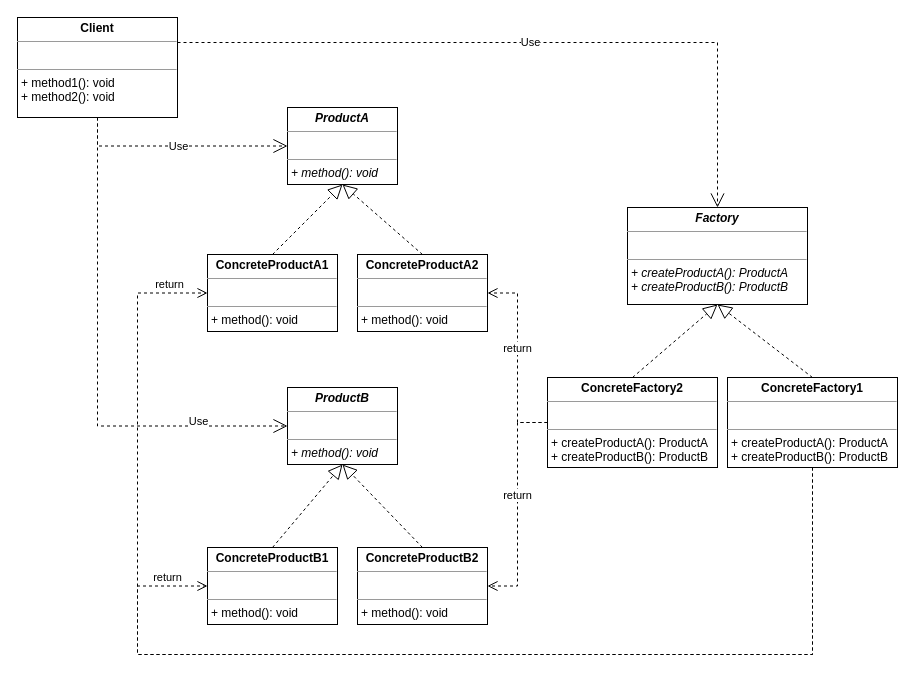
The draw.io diagram src/main/java/GoF/creational/abstractfactory/imgs/AbstractFactory.drawio in NinaWan/DesignPattern, before the edit. Source tidied: cells renumbered, new cells numbered last; positions are measured from the earlier drawing's top-left corner, leaving out a move shared by most shapes. Both pictures are drawn from the tidied source at 100%, with x=0, y=0 at pixel (17, 17).
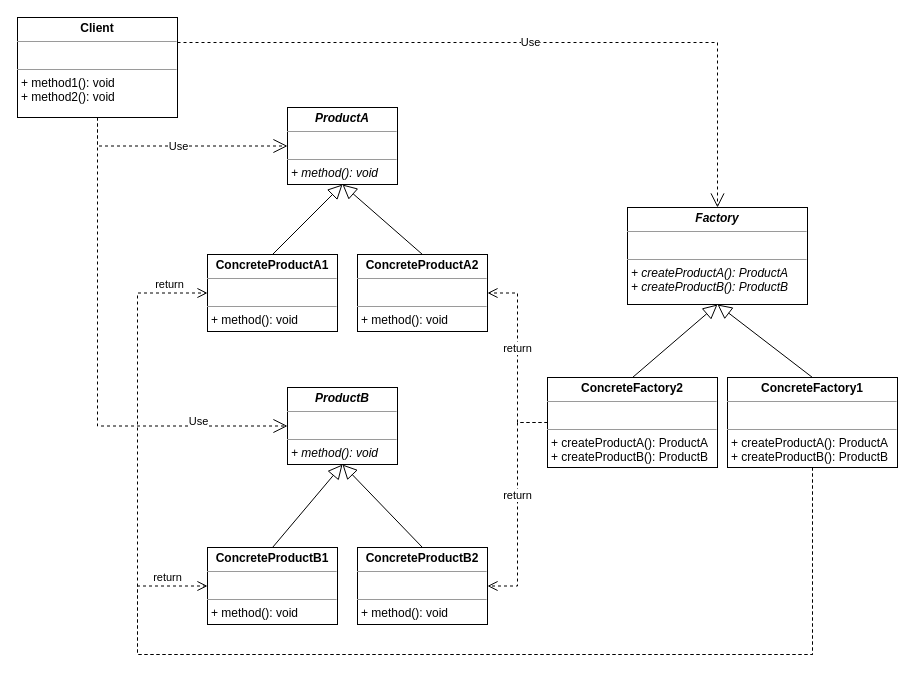
Above is the later version.

The change refers to these unchanged cells:
```xml
<mxCell id="2" value="&lt;p style=&quot;margin:0px;margin-top:4px;text-align:center;&quot;&gt;&lt;b&gt;&lt;i&gt;ProductA&lt;/i&gt;&lt;/b&gt;&lt;/p&gt;&lt;hr size=&quot;1&quot;&gt;&lt;p style=&quot;margin:0px;margin-left:4px;&quot;&gt;&lt;i&gt;&lt;br&gt;&lt;/i&gt;&lt;/p&gt;&lt;hr size=&quot;1&quot;&gt;&lt;p style=&quot;margin:0px;margin-left:4px;&quot;&gt;&lt;i&gt;+ method(): void&lt;/i&gt;&lt;/p&gt;" style="verticalAlign=top;align=left;overflow=fill;fontSize=12;fontFamily=Helvetica;html=1;" parent="1" vertex="1">
  <mxGeometry x="270" y="90" width="110" height="77" as="geometry" />
</mxCell>
<mxCell id="3" value="&lt;p style=&quot;margin:0px;margin-top:4px;text-align:center;&quot;&gt;&lt;b&gt;ConcreteProductA1&lt;/b&gt;&lt;/p&gt;&lt;hr size=&quot;1&quot;&gt;&lt;p style=&quot;margin:0px;margin-left:4px;&quot;&gt;&lt;br&gt;&lt;/p&gt;&lt;hr size=&quot;1&quot;&gt;&lt;p style=&quot;margin:0px;margin-left:4px;&quot;&gt;+ method(): void&lt;/p&gt;" style="verticalAlign=top;align=left;overflow=fill;fontSize=12;fontFamily=Helvetica;html=1;" parent="1" vertex="1">
  <mxGeometry x="190" y="237" width="130" height="77" as="geometry" />
</mxCell>
<mxCell id="4" value="&lt;p style=&quot;margin:0px;margin-top:4px;text-align:center;&quot;&gt;&lt;b&gt;ConcreteProductA2&lt;/b&gt;&lt;/p&gt;&lt;hr size=&quot;1&quot;&gt;&lt;p style=&quot;margin:0px;margin-left:4px;&quot;&gt;&lt;br&gt;&lt;/p&gt;&lt;hr size=&quot;1&quot;&gt;&lt;p style=&quot;margin:0px;margin-left:4px;&quot;&gt;+ method(): void&lt;br&gt;&lt;/p&gt;" style="verticalAlign=top;align=left;overflow=fill;fontSize=12;fontFamily=Helvetica;html=1;" parent="1" vertex="1">
  <mxGeometry x="340" y="237" width="130" height="77" as="geometry" />
</mxCell>
<mxCell id="8" value="&lt;p style=&quot;margin:0px;margin-top:4px;text-align:center;&quot;&gt;&lt;b&gt;&lt;i&gt;ProductB&lt;/i&gt;&lt;/b&gt;&lt;/p&gt;&lt;hr size=&quot;1&quot;&gt;&lt;p style=&quot;margin:0px;margin-left:4px;&quot;&gt;&lt;i&gt;&lt;br&gt;&lt;/i&gt;&lt;/p&gt;&lt;hr size=&quot;1&quot;&gt;&lt;p style=&quot;margin:0px;margin-left:4px;&quot;&gt;&lt;i style=&quot;background-color: initial;&quot;&gt;+ method(): void&lt;/i&gt;&lt;/p&gt;" style="verticalAlign=top;align=left;overflow=fill;fontSize=12;fontFamily=Helvetica;html=1;" parent="1" vertex="1">
  <mxGeometry x="270" y="370" width="110" height="77" as="geometry" />
</mxCell>
<mxCell id="9" value="&lt;p style=&quot;margin:0px;margin-top:4px;text-align:center;&quot;&gt;&lt;b&gt;ConcreteProductB1&lt;/b&gt;&lt;/p&gt;&lt;hr size=&quot;1&quot;&gt;&lt;p style=&quot;margin:0px;margin-left:4px;&quot;&gt;&lt;br&gt;&lt;/p&gt;&lt;hr size=&quot;1&quot;&gt;&lt;p style=&quot;margin:0px;margin-left:4px;&quot;&gt;+ method(): void&lt;/p&gt;" style="verticalAlign=top;align=left;overflow=fill;fontSize=12;fontFamily=Helvetica;html=1;" parent="1" vertex="1">
  <mxGeometry x="190" y="530" width="130" height="77" as="geometry" />
</mxCell>
<mxCell id="10" value="&lt;p style=&quot;margin:0px;margin-top:4px;text-align:center;&quot;&gt;&lt;b&gt;ConcreteProductB2&lt;/b&gt;&lt;/p&gt;&lt;hr size=&quot;1&quot;&gt;&lt;p style=&quot;margin:0px;margin-left:4px;&quot;&gt;&lt;br&gt;&lt;/p&gt;&lt;hr size=&quot;1&quot;&gt;&lt;p style=&quot;margin:0px;margin-left:4px;&quot;&gt;+ method(): void&lt;/p&gt;" style="verticalAlign=top;align=left;overflow=fill;fontSize=12;fontFamily=Helvetica;html=1;" parent="1" vertex="1">
  <mxGeometry x="340" y="530" width="130" height="77" as="geometry" />
</mxCell>
<mxCell id="13" value="&lt;p style=&quot;margin:0px;margin-top:4px;text-align:center;&quot;&gt;&lt;b&gt;&lt;i&gt;Factory&lt;/i&gt;&lt;/b&gt;&lt;/p&gt;&lt;hr size=&quot;1&quot;&gt;&lt;p style=&quot;margin:0px;margin-left:4px;&quot;&gt;&lt;br&gt;&lt;/p&gt;&lt;hr size=&quot;1&quot;&gt;&lt;p style=&quot;margin: 0px 0px 0px 4px;&quot;&gt;&lt;i&gt;+ createProductA(): ProductA&lt;/i&gt;&lt;/p&gt;&lt;p style=&quot;margin: 0px 0px 0px 4px;&quot;&gt;&lt;i&gt;+ createProductB(): ProductB&lt;/i&gt;&lt;/p&gt;" style="verticalAlign=top;align=left;overflow=fill;fontSize=12;fontFamily=Helvetica;html=1;" parent="1" vertex="1">
  <mxGeometry x="610" y="190" width="180" height="97" as="geometry" />
</mxCell>
<mxCell id="14" value="&lt;p style=&quot;margin:0px;margin-top:4px;text-align:center;&quot;&gt;&lt;b&gt;ConcreteFactory1&lt;/b&gt;&lt;/p&gt;&lt;hr size=&quot;1&quot;&gt;&lt;p style=&quot;margin:0px;margin-left:4px;&quot;&gt;&lt;br&gt;&lt;/p&gt;&lt;hr size=&quot;1&quot;&gt;&lt;p style=&quot;margin: 0px 0px 0px 4px;&quot;&gt;+ createProductA(): ProductA&lt;/p&gt;&lt;p style=&quot;margin: 0px 0px 0px 4px;&quot;&gt;+ createProductB(): ProductB&lt;/p&gt;" style="verticalAlign=top;align=left;overflow=fill;fontSize=12;fontFamily=Helvetica;html=1;" parent="1" vertex="1">
  <mxGeometry x="710" y="360" width="170" height="90" as="geometry" />
</mxCell>
<mxCell id="15" value="&lt;p style=&quot;margin:0px;margin-top:4px;text-align:center;&quot;&gt;&lt;b&gt;ConcreteFactory2&lt;/b&gt;&lt;/p&gt;&lt;hr size=&quot;1&quot;&gt;&lt;p style=&quot;margin:0px;margin-left:4px;&quot;&gt;&lt;br&gt;&lt;/p&gt;&lt;hr size=&quot;1&quot;&gt;&lt;p style=&quot;margin: 0px 0px 0px 4px;&quot;&gt;+ createProductA(): ProductA&lt;/p&gt;&lt;p style=&quot;margin: 0px 0px 0px 4px;&quot;&gt;+ createProductB(): ProductB&lt;/p&gt;" style="verticalAlign=top;align=left;overflow=fill;fontSize=12;fontFamily=Helvetica;html=1;" parent="1" vertex="1">
  <mxGeometry x="530" y="360" width="170" height="90" as="geometry" />
</mxCell>
```

What changed in the source:
```diff
@@
-    <mxCell id="5" style="endArrow=block;dashed=1;endFill=0;endSize=12;html=1;rounded=0;exitX=0.5;exitY=0;exitDx=0;exitDy=0;entryX=0.5;entryY=1;entryDx=0;entryDy=0;" parent="1" edge="1" source="3" target="2">
+    <mxCell id="5" style="endArrow=block;endFill=0;endSize=12;html=1;rounded=0;exitX=0.5;exitY=0;exitDx=0;exitDy=0;entryX=0.5;entryY=1;entryDx=0;entryDy=0;" parent="1" edge="1" source="3" target="2">
       <mxGeometry relative="1" as="geometry" />
     </mxCell>
-    <mxCell id="6" style="endArrow=block;dashed=1;endFill=0;endSize=12;html=1;rounded=0;exitX=0.5;exitY=0;exitDx=0;exitDy=0;entryX=0.5;entryY=1;entryDx=0;entryDy=0;" parent="1" edge="1" source="4" target="2">
+    <mxCell id="6" style="endArrow=block;endFill=0;endSize=12;html=1;rounded=0;exitX=0.5;exitY=0;exitDx=0;exitDy=0;entryX=0.5;entryY=1;entryDx=0;entryDy=0;" parent="1" edge="1" source="4" target="2">
       <mxGeometry relative="1" as="geometry" />
     </mxCell>
@@
-    <mxCell id="11" style="endArrow=block;dashed=1;endFill=0;endSize=12;html=1;rounded=0;exitX=0.5;exitY=0;exitDx=0;exitDy=0;entryX=0.5;entryY=1;entryDx=0;entryDy=0;" parent="1" edge="1" source="9" target="8">
+    <mxCell id="11" style="endArrow=block;endFill=0;endSize=12;html=1;rounded=0;exitX=0.5;exitY=0;exitDx=0;exitDy=0;entryX=0.5;entryY=1;entryDx=0;entryDy=0;" parent="1" edge="1" source="9" target="8">
       <mxGeometry relative="1" as="geometry" />
     </mxCell>
-    <mxCell id="12" style="endArrow=block;dashed=1;endFill=0;endSize=12;html=1;rounded=0;exitX=0.5;exitY=0;exitDx=0;exitDy=0;entryX=0.5;entryY=1;entryDx=0;entryDy=0;" parent="1" edge="1" source="10" target="8">
+    <mxCell id="12" style="endArrow=block;endFill=0;endSize=12;html=1;rounded=0;exitX=0.5;exitY=0;exitDx=0;exitDy=0;entryX=0.5;entryY=1;entryDx=0;entryDy=0;" parent="1" edge="1" source="10" target="8">
       <mxGeometry relative="1" as="geometry" />
     </mxCell>
@@
-    <mxCell id="16" style="endArrow=block;dashed=1;endFill=0;endSize=12;html=1;rounded=0;exitX=0.5;exitY=0;exitDx=0;exitDy=0;entryX=0.5;entryY=1;entryDx=0;entryDy=0;" parent="1" edge="1" source="14" target="13">
+    <mxCell id="16" style="endArrow=block;endFill=0;endSize=12;html=1;rounded=0;exitX=0.5;exitY=0;exitDx=0;exitDy=0;entryX=0.5;entryY=1;entryDx=0;entryDy=0;" parent="1" edge="1" source="14" target="13">
       <mxGeometry relative="1" as="geometry" />
     </mxCell>
-    <mxCell id="17" style="endArrow=block;dashed=1;endFill=0;endSize=12;html=1;rounded=0;exitX=0.5;exitY=0;exitDx=0;exitDy=0;entryX=0.5;entryY=1;entryDx=0;entryDy=0;" parent="1" edge="1" source="15" target="13">
+    <mxCell id="17" style="endArrow=block;endFill=0;endSize=12;html=1;rounded=0;exitX=0.5;exitY=0;exitDx=0;exitDy=0;entryX=0.5;entryY=1;entryDx=0;entryDy=0;" parent="1" edge="1" source="15" target="13">
       <mxGeometry relative="1" as="geometry" />
     </mxCell>
```
